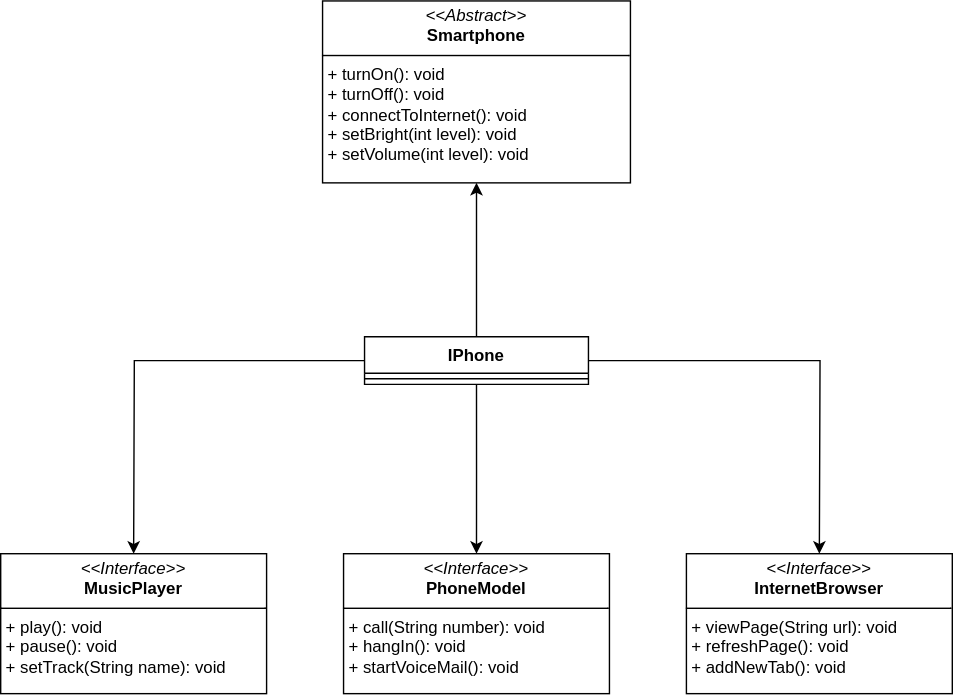
Above: uml/iphone.drawio.svg in TaylorFurtile/dio-java-basics-trail-3 (draw.io), before the change. Source tidied: cells renumbered, new cells last; positions are measured from the earlier drawing's top-left corner, leaving out a move shared by most shapes.
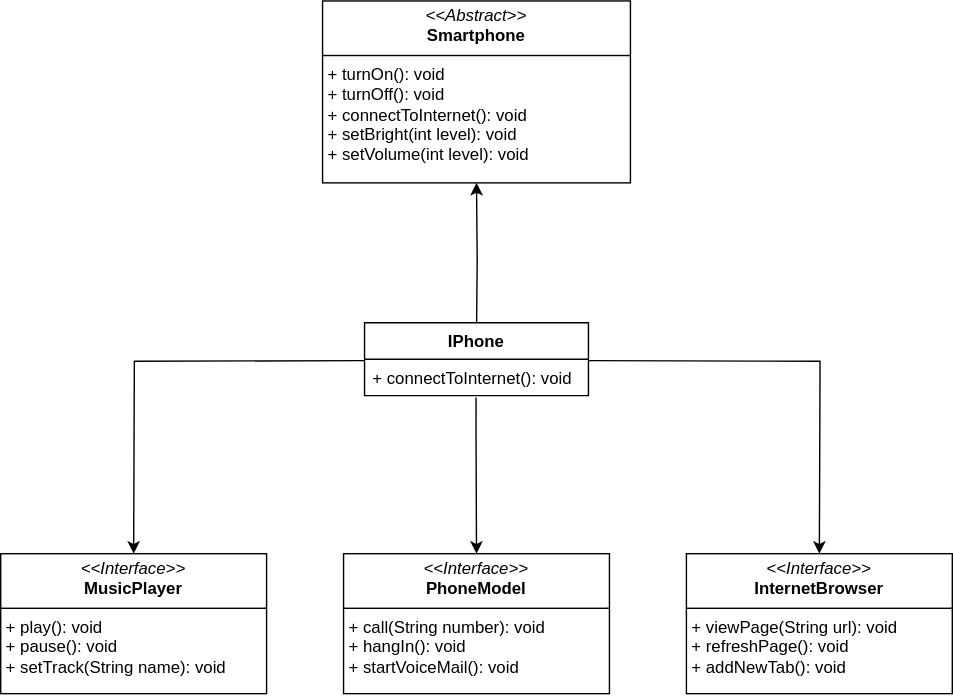
The same file after the commit.

The edit, as a diff of the source:
```diff
@@ -2,30 +2,31 @@
   <root>
     <mxCell id="0" />
     <mxCell id="1" parent="0" />
-    <mxCell id="2" style="edgeStyle=orthogonalEdgeStyle;rounded=0;jettySize=auto;html=1;entryX=0.5;entryY=0;entryDx=0;entryDy=0;exitX=0.5;exitY=1;exitDx=0;exitDy=0;" parent="1" edge="1" source="6">
+    <mxCell id="2" style="edgeStyle=orthogonalEdgeStyle;rounded=0;jettySize=auto;html=1;entryX=0.5;entryY=0;entryDx=0;entryDy=0;exitX=0.498;exitY=1.051;exitDx=0;exitDy=0;exitPerimeter=0;" parent="1" edge="1" source="12">
       <mxGeometry relative="1" as="geometry">
         <mxPoint x="340" y="395" as="targetPoint" />
+        <Array as="points">
+          <mxPoint x="340" y="310" />
+        </Array>
       </mxGeometry>
     </mxCell>
-    <mxCell id="3" style="edgeStyle=orthogonalEdgeStyle;rounded=0;jettySize=auto;html=1;entryX=0.5;entryY=0;entryDx=0;entryDy=0;exitX=1;exitY=0.5;exitDx=0;exitDy=0;" parent="1" edge="1" source="6">
+    <mxCell id="3" style="edgeStyle=orthogonalEdgeStyle;rounded=0;orthogonalLoop=1;jettySize=auto;html=1;entryX=0.5;entryY=0;entryDx=0;entryDy=0;exitX=1;exitY=0.5;exitDx=0;exitDy=0;" parent="1" edge="1">
       <mxGeometry relative="1" as="geometry">
+        <mxPoint x="420" y="257" as="sourcePoint" />
         <mxPoint x="585" y="395" as="targetPoint" />
       </mxGeometry>
     </mxCell>
-    <mxCell id="4" style="edgeStyle=orthogonalEdgeStyle;rounded=0;jettySize=auto;html=1;entryX=0.5;entryY=0;entryDx=0;entryDy=0;exitX=0;exitY=0.5;exitDx=0;exitDy=0;" parent="1" edge="1" source="6">
+    <mxCell id="4" style="edgeStyle=orthogonalEdgeStyle;rounded=0;orthogonalLoop=1;jettySize=auto;html=1;entryX=0.5;entryY=0;entryDx=0;entryDy=0;exitX=0;exitY=0.5;exitDx=0;exitDy=0;" parent="1" edge="1">
       <mxGeometry relative="1" as="geometry">
+        <mxPoint x="260" y="257" as="sourcePoint" />
         <mxPoint x="95" y="395" as="targetPoint" />
       </mxGeometry>
     </mxCell>
-    <mxCell id="5" style="edgeStyle=orthogonalEdgeStyle;rounded=0;jettySize=auto;html=1;entryX=0.5;entryY=1;entryDx=0;entryDy=0;fontFamily=Helvetica;fontSize=12;fontColor=default;" parent="1" edge="1" source="6" target="11">
-      <mxGeometry relative="1" as="geometry" />
+    <mxCell id="5" style="edgeStyle=orthogonalEdgeStyle;rounded=0;jettySize=auto;html=1;entryX=0.5;entryY=1;entryDx=0;entryDy=0;fontFamily=Helvetica;fontSize=12;fontColor=default;" parent="1" edge="1" target="11">
+      <mxGeometry relative="1" as="geometry">
+        <mxPoint x="340" y="240" as="sourcePoint" />
+      </mxGeometry>
     </mxCell>
-    <mxCell id="6" value="IPhone" style="swimlane;fontStyle=1;align=center;verticalAlign=top;horizontal=1;startSize=26;whiteSpace=wrap;html=1;strokeColor=default;fontFamily=Helvetica;fontSize=12;fontColor=default;fillColor=default;" parent="1" vertex="1">
-      <mxGeometry x="260" y="240" width="160" height="34" as="geometry" />
-    </mxCell>
-    <mxCell id="7" style="line;strokeWidth=1;fillColor=none;align=left;verticalAlign=middle;spacingTop=-1;spacingLeft=3;spacingRight=3;labelPosition=right;strokeColor=inherit;fontFamily=Helvetica;fontSize=12;fontColor=default;" parent="6" vertex="1">
-      <mxGeometry y="26" width="160" height="8" as="geometry" />
-    </mxCell>
     <mxCell id="8" value="&lt;p style=&quot;margin:0px;margin-top:4px;text-align:center;&quot;&gt;&lt;i&gt;&amp;lt;&amp;lt;Interface&amp;gt;&amp;gt;&lt;/i&gt;&lt;br&gt;&lt;b&gt;MusicPlayer&lt;/b&gt;&lt;/p&gt;&lt;hr size=&quot;1&quot; style=&quot;border-style:solid;&quot;&gt;&lt;p style=&quot;margin:0px;margin-left:4px;&quot;&gt;+ play(): void&lt;br&gt;+ pause(): void&lt;/p&gt;&lt;p style=&quot;margin:0px;margin-left:4px;&quot;&gt;+&amp;nbsp;&lt;span style=&quot;background-color: initial;&quot;&gt;setTrack(String name): void&lt;/span&gt;&lt;/p&gt;" style="verticalAlign=top;align=left;overflow=fill;html=1;whiteSpace=wrap;" parent="1" vertex="1">
       <mxGeometry y="395" width="190" height="100" as="geometry" />
     </mxCell>
@@ -38,5 +39,11 @@
     <mxCell id="11" value="&lt;p style=&quot;margin: 4px 0px 0px; text-align: center; line-height: 120%;&quot;&gt;&lt;i&gt;&amp;lt;&amp;lt;Abstract&amp;gt;&amp;gt;&lt;/i&gt;&lt;br&gt;&lt;b&gt;Smartphone&lt;/b&gt;&lt;/p&gt;&lt;hr style=&quot;border-style: solid; line-height: 120%;&quot; size=&quot;1&quot;&gt;&lt;p style=&quot;margin: 0px 0px 0px 4px; line-height: 120%;&quot;&gt;+ turnOn(): void&lt;br&gt;+ turnOff(): void&lt;/p&gt;&lt;p style=&quot;margin: 0px 0px 0px 4px; line-height: 120%;&quot;&gt;+ connectToInternet(): void&lt;/p&gt;&lt;p style=&quot;margin: 0px 0px 0px 4px; line-height: 120%;&quot;&gt;+ setBright(int level): void&lt;/p&gt;&lt;p style=&quot;margin: 0px 0px 0px 4px; line-height: 120%;&quot;&gt;+ setVolume(int level): void&lt;/p&gt;&lt;p style=&quot;margin: 0px 0px 0px 4px; line-height: 120%;&quot;&gt;&lt;br&gt;&lt;/p&gt;" style="verticalAlign=top;align=left;overflow=fill;html=1;whiteSpace=wrap;" parent="1" vertex="1">
       <mxGeometry x="230" width="220" height="130" as="geometry" />
     </mxCell>
+    <mxCell id="6" value="IPhone" style="swimlane;fontStyle=1;align=center;verticalAlign=top;horizontal=1;startSize=26;whiteSpace=wrap;html=1;strokeColor=default;fontFamily=Helvetica;fontSize=12;fontColor=default;fillColor=default;" parent="1" vertex="1">
+      <mxGeometry x="260" y="230" width="160" height="52" as="geometry" />
+    </mxCell>
+    <mxCell id="12" value="+ connectToInternet(): void" style="text;strokeColor=none;fillColor=none;align=left;verticalAlign=top;spacingLeft=4;spacingRight=4;overflow=hidden;points=[[0,0.5],[1,0.5]];portConstraint=eastwest;whiteSpace=wrap;html=1;fontFamily=Helvetica;fontSize=12;fontColor=default;" parent="6" vertex="1">
+      <mxGeometry y="26" width="160" height="26" as="geometry" />
+    </mxCell>
   </root>
 </mxGraphModel>
```
